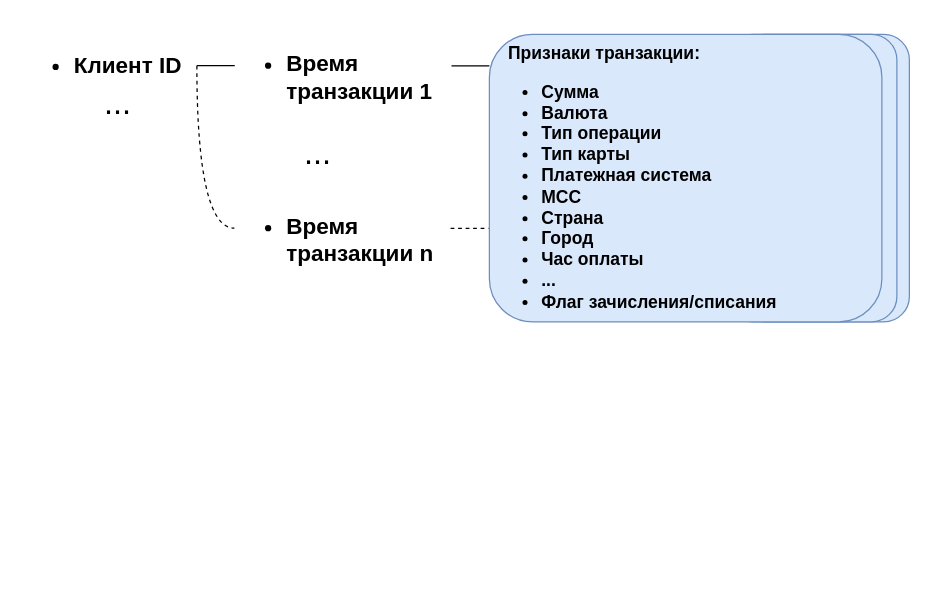
Above: diplom_graphs/alpha_feats.drawio in DenDiv/draw_io_graphs (draw.io), before the change. Source tidied: cells renumbered, new cells numbered last; positions are measured from the earlier drawing's top-left corner, leaving out a move shared by most shapes. Both pictures are drawn from the tidied source at 125%, with x=0, y=0 at pixel (21, 21).
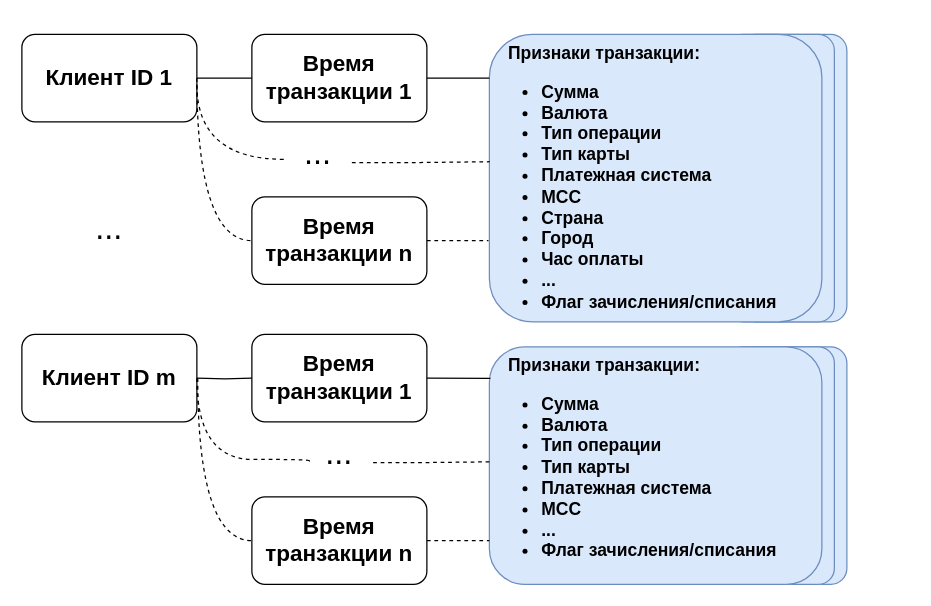
Above is the later version.

The change refers to these unchanged cells:
```xml
<mxCell id="8" value="..." style="text;html=1;strokeColor=none;fillColor=none;align=center;verticalAlign=middle;whiteSpace=wrap;rounded=0;fontSize=26;" parent="1" vertex="1">
  <mxGeometry x="210" y="90" width="54" height="30" as="geometry" />
</mxCell>
```

Diff of the diagram source:
```diff
@@
     <mxCell id="2" style="rounded=1;whiteSpace=wrap;html=1;shadow=0;labelBackgroundColor=none;labelBorderColor=none;strokeColor=#6c8ebf;fontSize=20;fillColor=#dae8fc;" parent="1" vertex="1">
-      <mxGeometry x="574" y="10" width="136" height="230" as="geometry" />
+      <mxGeometry x="574" y="10" width="86" height="230" as="geometry" />
     </mxCell>
     <mxCell id="3" style="rounded=1;whiteSpace=wrap;html=1;shadow=0;labelBackgroundColor=none;labelBorderColor=none;strokeColor=#6c8ebf;fontSize=20;fillColor=#dae8fc;" parent="1" vertex="1">
-      <mxGeometry x="564" y="10" width="136" height="230" as="geometry" />
+      <mxGeometry x="564" y="10" width="86" height="230" as="geometry" />
     </mxCell>
-    <mxCell id="4" style="edgeStyle=orthogonalEdgeStyle;rounded=0;jettySize=auto;html=1;exitX=1;exitY=0.5;exitDx=0;exitDy=0;entryX=0.002;entryY=0.387;entryDx=0;entryDy=0;entryPerimeter=0;fontSize=20;endArrow=none;endFill=0;" parent="1" edge="1" source="6" target="7">
+    <mxCell id="4" style="edgeStyle=orthogonalEdgeStyle;rounded=0;jettySize=auto;html=1;exitX=1;exitY=0.5;exitDx=0;exitDy=0;entryX=0;entryY=0.5;entryDx=0;entryDy=0;fontSize=20;endArrow=none;endFill=0;" parent="1" edge="1" source="6" target="17">
       <mxGeometry relative="1" as="geometry" />
     </mxCell>
-    <mxCell id="5" style="edgeStyle=orthogonalEdgeStyle;rounded=0;jettySize=auto;html=1;exitX=1;exitY=0.5;exitDx=0;exitDy=0;fontSize=20;endArrow=none;endFill=0;elbow=vertical;curved=1;dashed=1;entryX=0;entryY=0.5;entryDx=0;entryDy=0;" parent="1" edge="1" source="6">
+    <mxCell id="5" style="edgeStyle=orthogonalEdgeStyle;rounded=0;jettySize=auto;html=1;exitX=1;exitY=0.5;exitDx=0;exitDy=0;fontSize=20;endArrow=none;endFill=0;elbow=vertical;curved=1;dashed=1;entryX=0;entryY=0.5;entryDx=0;entryDy=0;" parent="1" edge="1" source="6" target="18">
       <mxGeometry relative="1" as="geometry">
-        <mxPoint x="170" y="165" as="targetPoint" />
         <Array as="points">
-          <mxPoint x="140" y="165" />
+          <mxPoint x="140" y="175" />
         </Array>
       </mxGeometry>
     </mxCell>
-    <mxCell id="6" value="&lt;ul style=&quot;font-size: 18px;&quot;&gt;&lt;li style=&quot;font-size: 18px;&quot;&gt;Клиент ID&amp;nbsp;&lt;/li&gt;&lt;/ul&gt;" style="text;strokeColor=none;fillColor=none;html=1;whiteSpace=wrap;verticalAlign=middle;overflow=hidden;fontSize=18;fontStyle=1;" parent="1" vertex="1">
-      <mxGeometry width="140" height="70" as="geometry" />
+    <mxCell id="6" value="&lt;div style=&quot;&quot;&gt;&lt;span style=&quot;background-color: initial;&quot;&gt;Клиент ID 1&lt;/span&gt;&lt;/div&gt;" style="text;strokeColor=default;fillColor=none;html=1;whiteSpace=wrap;verticalAlign=middle;overflow=hidden;fontSize=18;fontStyle=1;rounded=1;align=center;" parent="1" vertex="1">
+      <mxGeometry y="10" width="140" height="70" as="geometry" />
     </mxCell>
-    <mxCell id="7" value="&lt;ul style=&quot;font-size: 18px;&quot;&gt;&lt;li style=&quot;font-size: 18px;&quot;&gt;Время транзакции 1&lt;/li&gt;&lt;/ul&gt;" style="text;strokeColor=none;fillColor=none;html=1;whiteSpace=wrap;verticalAlign=middle;overflow=hidden;rounded=1;arcSize=50;shadow=0;align=left;fontSize=18;fontStyle=1;" parent="1" vertex="1">
-      <mxGeometry x="170" width="168" height="90" as="geometry" />
-    </mxCell>
@@
     <mxCell id="9" value="&amp;nbsp; &amp;nbsp; &lt;font style=&quot;font-size: 14px;&quot;&gt;Признаки транзакции:&lt;br&gt;&lt;/font&gt;&lt;ul style=&quot;font-size: 14px;&quot;&gt;&lt;li style=&quot;&quot;&gt;&lt;span style=&quot;&quot;&gt;Сумма&lt;/span&gt;&lt;/li&gt;&lt;li style=&quot;&quot;&gt;Валюта&lt;/li&gt;&lt;li style=&quot;&quot;&gt;Тип операции&lt;/li&gt;&lt;li style=&quot;&quot;&gt;Тип карты&lt;/li&gt;&lt;li style=&quot;&quot;&gt;Платежная система&lt;/li&gt;&lt;li style=&quot;&quot;&gt;MCC&lt;/li&gt;&lt;li style=&quot;&quot;&gt;Страна&lt;/li&gt;&lt;li style=&quot;&quot;&gt;Город&lt;/li&gt;&lt;li style=&quot;&quot;&gt;Час оплаты&lt;/li&gt;&lt;li style=&quot;&quot;&gt;...&lt;/li&gt;&lt;li style=&quot;&quot;&gt;Флаг зачисления/списания&lt;/li&gt;&lt;/ul&gt;" style="rounded=1;html=1;align=left;verticalAlign=top;labelBackgroundColor=none;labelBorderColor=none;whiteSpace=wrap;spacing=2;fillColor=#dae8fc;strokeColor=#6c8ebf;fontStyle=1;" parent="1" vertex="1">
-      <mxGeometry x="374" y="10" width="314" height="230" as="geometry" />
+      <mxGeometry x="374" y="10" width="266" height="230" as="geometry" />
     </mxCell>
     <mxCell id="10" value="..." style="text;html=1;strokeColor=none;fillColor=none;align=center;verticalAlign=middle;whiteSpace=wrap;rounded=0;fontSize=26;" parent="1" vertex="1">
-      <mxGeometry x="50" y="50" width="54" height="30" as="geometry" />
+      <mxGeometry x="43" y="150" width="54" height="30" as="geometry" />
     </mxCell>
-    <mxCell id="11" style="edgeStyle=orthogonalEdgeStyle;rounded=0;orthogonalLoop=1;jettySize=auto;html=1;exitX=1;exitY=0.5;exitDx=0;exitDy=0;entryX=0.002;entryY=0.387;entryDx=0;entryDy=0;entryPerimeter=0;fontSize=20;endArrow=none;endFill=0;" parent="1" edge="1">
+    <mxCell id="11" style="edgeStyle=orthogonalEdgeStyle;rounded=0;jettySize=auto;html=1;exitX=1;exitY=0.5;exitDx=0;exitDy=0;entryX=0.002;entryY=0.387;entryDx=0;entryDy=0;entryPerimeter=0;fontSize=20;endArrow=none;endFill=0;" parent="1" edge="1" source="17">
       <mxGeometry relative="1" as="geometry">
-        <mxPoint x="343.7" y="35.1" as="sourcePoint" />
-        <mxPoint x="374" y="34.9" as="targetPoint" />
+        <mxPoint x="374" y="44.9" as="targetPoint" />
       </mxGeometry>
     </mxCell>
-    <mxCell id="12" style="edgeStyle=orthogonalEdgeStyle;rounded=0;orthogonalLoop=1;jettySize=auto;html=1;exitX=1;exitY=0.5;exitDx=0;exitDy=0;entryX=0.002;entryY=0.387;entryDx=0;entryDy=0;entryPerimeter=0;fontSize=20;endArrow=none;endFill=0;dashed=1;" parent="1" edge="1">
+    <mxCell id="12" style="edgeStyle=orthogonalEdgeStyle;rounded=0;jettySize=auto;html=1;exitX=1;exitY=0.5;exitDx=0;exitDy=0;entryX=0.002;entryY=0.387;entryDx=0;entryDy=0;entryPerimeter=0;fontSize=20;endArrow=none;endFill=0;dashed=1;" parent="1" edge="1" source="18">
       <mxGeometry relative="1" as="geometry">
-        <mxPoint x="343" y="165.1" as="sourcePoint" />
-        <mxPoint x="373.3" y="164.9" as="targetPoint" />
+        <mxPoint x="373.3" y="174.9" as="targetPoint" />
       </mxGeometry>
     </mxCell>
-    <mxCell id="13" value="&lt;ul style=&quot;font-size: 18px;&quot;&gt;&lt;li style=&quot;font-size: 18px;&quot;&gt;Время транзакции n&lt;/li&gt;&lt;/ul&gt;" style="text;strokeColor=none;fillColor=none;html=1;whiteSpace=wrap;verticalAlign=middle;overflow=hidden;rounded=1;arcSize=50;shadow=0;align=left;fontSize=18;fontStyle=1;" parent="1" vertex="1">
-      <mxGeometry x="170" y="130" width="168" height="90" as="geometry" />
-    </mxCell>
+    <mxCell id="14" value="&lt;div style=&quot;&quot;&gt;&lt;span style=&quot;background-color: initial;&quot;&gt;Клиент ID m&lt;/span&gt;&lt;/div&gt;" style="text;strokeColor=default;fillColor=none;html=1;whiteSpace=wrap;verticalAlign=middle;overflow=hidden;fontSize=18;fontStyle=1;rounded=1;align=center;" parent="1" vertex="1">
+      <mxGeometry y="250" width="140" height="70" as="geometry" />
+    </mxCell>
+    <mxCell id="15" style="edgeStyle=orthogonalEdgeStyle;rounded=0;orthogonalLoop=1;jettySize=auto;html=1;exitX=1;exitY=0.5;exitDx=0;exitDy=0;fontSize=20;endArrow=none;endFill=0;elbow=vertical;curved=1;dashed=1;" parent="1" edge="1">
+      <mxGeometry relative="1" as="geometry">
+        <mxPoint x="140" y="50" as="sourcePoint" />
+        <mxPoint x="210" y="110" as="targetPoint" />
+        <Array as="points">
+          <mxPoint x="140" y="110" />
+          <mxPoint x="210" y="110" />
+        </Array>
+      </mxGeometry>
+    </mxCell>
+    <mxCell id="16" style="edgeStyle=orthogonalEdgeStyle;rounded=0;jettySize=auto;html=1;exitX=1;exitY=0.5;exitDx=0;exitDy=0;entryX=0;entryY=0.5;entryDx=0;entryDy=0;fontSize=20;endArrow=none;endFill=0;" parent="1" edge="1" target="20">
+      <mxGeometry relative="1" as="geometry">
+        <mxPoint x="140" y="285" as="sourcePoint" />
+      </mxGeometry>
+    </mxCell>
+    <mxCell id="17" value="&lt;div style=&quot;&quot;&gt;&lt;span style=&quot;background-color: initial;&quot;&gt;Время транзакции 1&lt;/span&gt;&lt;/div&gt;" style="text;strokeColor=default;fillColor=none;html=1;whiteSpace=wrap;verticalAlign=middle;overflow=hidden;fontSize=18;fontStyle=1;rounded=1;align=center;" parent="1" vertex="1">
+      <mxGeometry x="184" y="10" width="140" height="70" as="geometry" />
+    </mxCell>
+    <mxCell id="18" value="&lt;div style=&quot;&quot;&gt;&lt;span style=&quot;background-color: initial;&quot;&gt;Время транзакции n&lt;/span&gt;&lt;/div&gt;" style="text;strokeColor=default;fillColor=none;html=1;whiteSpace=wrap;verticalAlign=middle;overflow=hidden;fontSize=18;fontStyle=1;rounded=1;align=center;" parent="1" vertex="1">
+      <mxGeometry x="184" y="140" width="140" height="70" as="geometry" />
+    </mxCell>
+    <mxCell id="19" style="edgeStyle=orthogonalEdgeStyle;rounded=0;jettySize=auto;html=1;exitX=1;exitY=0.75;exitDx=0;exitDy=0;entryX=0.001;entryY=0.443;entryDx=0;entryDy=0;entryPerimeter=0;fontSize=20;endArrow=none;endFill=0;dashed=1;" parent="1" edge="1" source="8" target="9">
+      <mxGeometry relative="1" as="geometry" />
+    </mxCell>
+    <mxCell id="20" value="&lt;div style=&quot;&quot;&gt;&lt;span style=&quot;background-color: initial;&quot;&gt;Время транзакции 1&lt;/span&gt;&lt;/div&gt;" style="text;strokeColor=default;fillColor=none;html=1;whiteSpace=wrap;verticalAlign=middle;overflow=hidden;fontSize=18;fontStyle=1;rounded=1;align=center;" parent="1" vertex="1">
+      <mxGeometry x="184" y="250" width="140" height="70" as="geometry" />
+    </mxCell>
+    <mxCell id="21" style="rounded=1;whiteSpace=wrap;html=1;shadow=0;labelBackgroundColor=none;labelBorderColor=none;strokeColor=#6c8ebf;fontSize=20;fillColor=#dae8fc;" parent="1" vertex="1">
+      <mxGeometry x="574" y="260" width="86" height="190" as="geometry" />
+    </mxCell>
+    <mxCell id="22" style="rounded=1;whiteSpace=wrap;html=1;shadow=0;labelBackgroundColor=none;labelBorderColor=none;strokeColor=#6c8ebf;fontSize=20;fillColor=#dae8fc;" parent="1" vertex="1">
+      <mxGeometry x="564" y="260" width="86" height="190" as="geometry" />
+    </mxCell>
+    <mxCell id="23" value="&amp;nbsp; &amp;nbsp; &lt;font style=&quot;font-size: 14px;&quot;&gt;Признаки транзакции:&lt;br&gt;&lt;/font&gt;&lt;ul style=&quot;font-size: 14px;&quot;&gt;&lt;li style=&quot;&quot;&gt;&lt;span style=&quot;&quot;&gt;Сумма&lt;/span&gt;&lt;/li&gt;&lt;li style=&quot;&quot;&gt;Валюта&lt;/li&gt;&lt;li style=&quot;&quot;&gt;Тип операции&lt;/li&gt;&lt;li style=&quot;&quot;&gt;Тип карты&lt;/li&gt;&lt;li style=&quot;&quot;&gt;Платежная система&lt;/li&gt;&lt;li style=&quot;&quot;&gt;MCC&lt;/li&gt;&lt;li style=&quot;&quot;&gt;...&lt;/li&gt;&lt;li style=&quot;&quot;&gt;Флаг зачисления/списания&lt;/li&gt;&lt;/ul&gt;" style="rounded=1;html=1;align=left;verticalAlign=top;labelBackgroundColor=none;labelBorderColor=none;whiteSpace=wrap;spacing=2;fillColor=#dae8fc;strokeColor=#6c8ebf;fontStyle=1;" parent="1" vertex="1">
+      <mxGeometry x="374" y="260" width="266" height="190" as="geometry" />
+    </mxCell>
+    <mxCell id="24" style="endArrow=none;html=1;rounded=0;exitX=1;exitY=0.5;exitDx=0;exitDy=0;entryX=0.003;entryY=0.133;entryDx=0;entryDy=0;entryPerimeter=0;" parent="1" edge="1" source="20" target="23">
+      <mxGeometry relative="1" as="geometry" />
+    </mxCell>
+    <mxCell id="25" value="..." style="text;html=1;strokeColor=none;fillColor=none;align=center;verticalAlign=middle;whiteSpace=wrap;rounded=0;fontSize=26;" parent="1" vertex="1">
+      <mxGeometry x="227" y="330" width="54" height="30" as="geometry" />
+    </mxCell>
+    <mxCell id="26" style="edgeStyle=orthogonalEdgeStyle;rounded=0;orthogonalLoop=1;jettySize=auto;html=1;exitX=1;exitY=0.5;exitDx=0;exitDy=0;fontSize=20;endArrow=none;endFill=0;elbow=vertical;curved=1;dashed=1;" parent="1" edge="1">
+      <mxGeometry relative="1" as="geometry">
+        <mxPoint x="140" y="285" as="sourcePoint" />
+        <mxPoint x="230" y="350" as="targetPoint" />
+        <Array as="points">
+          <mxPoint x="140" y="350" />
+          <mxPoint x="230" y="350" />
+          <mxPoint x="230" y="352" />
+        </Array>
+      </mxGeometry>
+    </mxCell>
+    <mxCell id="27" style="edgeStyle=orthogonalEdgeStyle;rounded=0;jettySize=auto;html=1;exitX=1;exitY=0.75;exitDx=0;exitDy=0;fontSize=20;endArrow=none;endFill=0;dashed=1;" parent="1" edge="1" source="25">
+      <mxGeometry relative="1" as="geometry">
+        <mxPoint x="374" y="352" as="targetPoint" />
+        <Array as="points">
+          <mxPoint x="328" y="352" />
+          <mxPoint x="374" y="352" />
+        </Array>
+      </mxGeometry>
+    </mxCell>
+    <mxCell id="28" style="edgeStyle=orthogonalEdgeStyle;rounded=0;jettySize=auto;html=1;exitX=1;exitY=0.5;exitDx=0;exitDy=0;fontSize=20;endArrow=none;endFill=0;elbow=vertical;curved=1;dashed=1;entryX=0;entryY=0.5;entryDx=0;entryDy=0;" parent="1" edge="1" target="30">
+      <mxGeometry relative="1" as="geometry">
+        <mxPoint x="140.7" y="285" as="sourcePoint" />
+        <Array as="points">
+          <mxPoint x="140.7" y="415" />
+        </Array>
+      </mxGeometry>
+    </mxCell>
+    <mxCell id="29" style="edgeStyle=orthogonalEdgeStyle;rounded=0;jettySize=auto;html=1;exitX=1;exitY=0.5;exitDx=0;exitDy=0;entryX=0.002;entryY=0.387;entryDx=0;entryDy=0;entryPerimeter=0;fontSize=20;endArrow=none;endFill=0;dashed=1;" parent="1" edge="1" source="30">
+      <mxGeometry relative="1" as="geometry">
+        <mxPoint x="374" y="414.9" as="targetPoint" />
+      </mxGeometry>
+    </mxCell>
+    <mxCell id="30" value="&lt;div style=&quot;&quot;&gt;&lt;span style=&quot;background-color: initial;&quot;&gt;Время транзакции n&lt;/span&gt;&lt;/div&gt;" style="text;strokeColor=default;fillColor=none;html=1;whiteSpace=wrap;verticalAlign=middle;overflow=hidden;fontSize=18;fontStyle=1;rounded=1;align=center;" parent="1" vertex="1">
+      <mxGeometry x="184" y="380" width="140" height="70" as="geometry" />
+    </mxCell>
```
